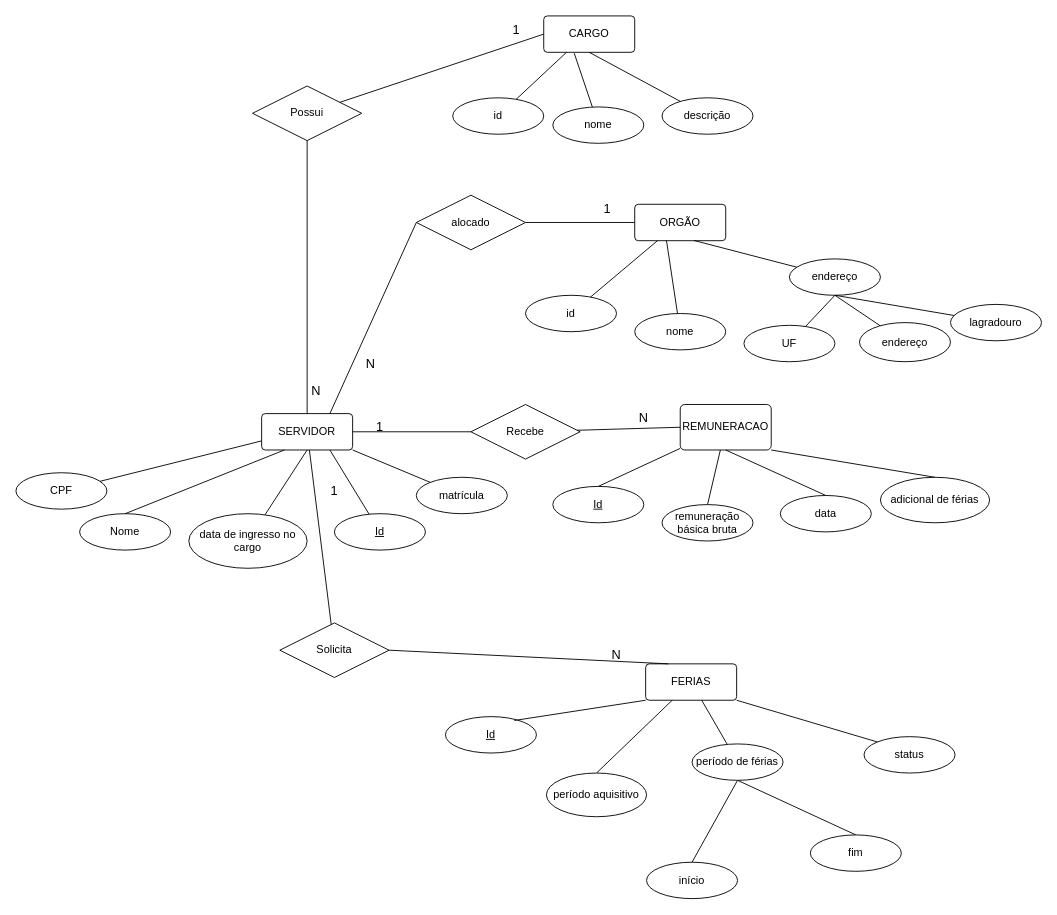
Gabrielx47/vacationManager keeps this draw.io diagram as page "Modelagem Conceitual" (1 of 3) of docs/data_model.drawio. Above is the earlier version. Source tidied: cells renumbered, new cells numbered last; positions are measured from the earlier drawing's top-left corner, leaving out a move shared by most shapes. Both pictures are drawn from the tidied source at 91%, with x=0, y=0 at pixel (15, 15).
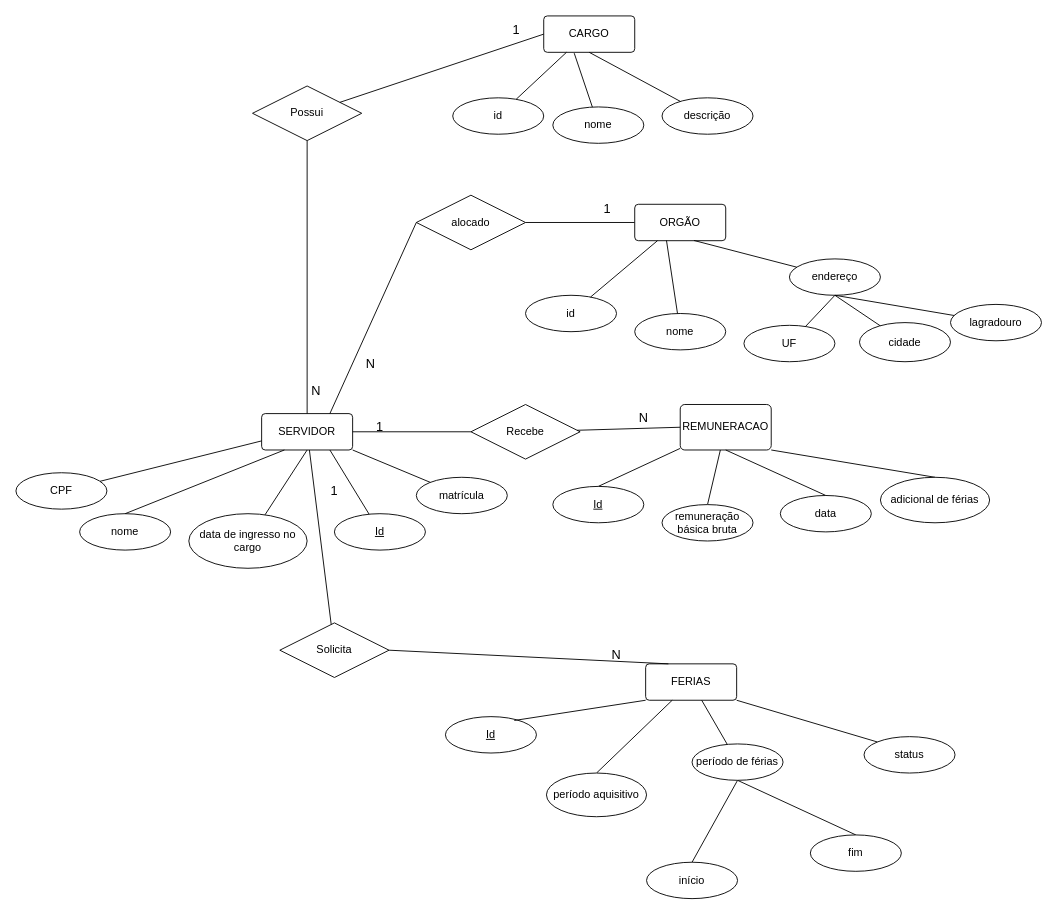
Above is the later version.

What changed in the source:
```diff
@@
-    <mxCell id="9" value="Nome" style="ellipse;whiteSpace=wrap;html=1;align=center;fillColor=none;" parent="1" vertex="1">
+    <mxCell id="9" value="nome" style="ellipse;whiteSpace=wrap;html=1;align=center;fillColor=none;" parent="1" vertex="1">
       <mxGeometry x="70" y="547" width="100" height="40" as="geometry" />
     </mxCell>
@@
-    <mxCell id="69" value="endereço" style="ellipse;whiteSpace=wrap;html=1;align=center;fillColor=none;" parent="1" vertex="1">
+    <mxCell id="69" value="cidade" style="ellipse;whiteSpace=wrap;html=1;align=center;fillColor=none;" parent="1" vertex="1">
       <mxGeometry x="927" y="337" width="100" height="43" as="geometry" />
     </mxCell>
```
